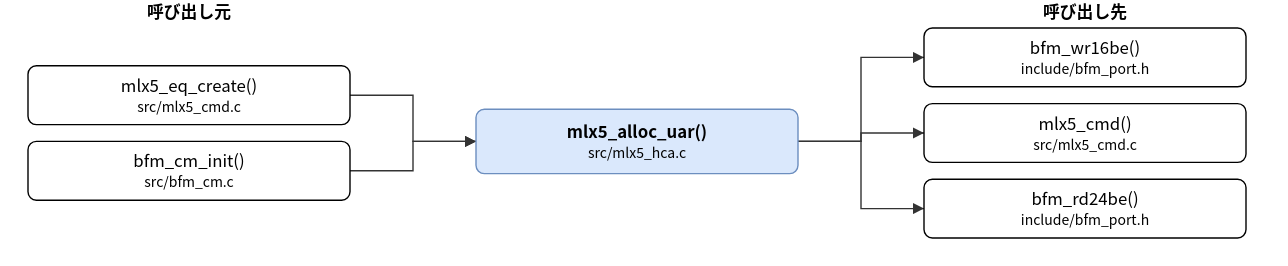
The draw.io diagram doc/spec/images/call_src_mlx5_hca-mlx5_alloc_uar.drawio.svg in hf355051012-ai/bfmem, before a commit. Source tidied: cells renumbered, new cells last; positions are measured from the earlier drawing's top-left corner, leaving out a move shared by most shapes.
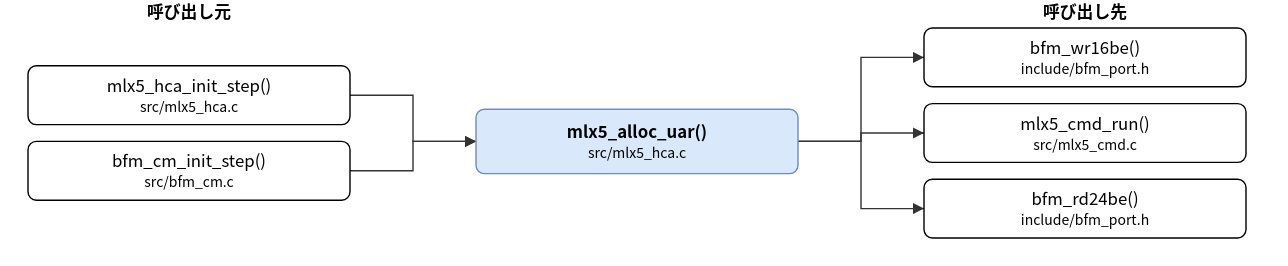
The same file after the commit.

What changed in the source:
```diff
@@ -5,16 +5,16 @@
     <mxCell id="2" value="mlx5_alloc_uar()&lt;br&gt;&lt;font style=&quot;font-size:10px&quot;&gt;src/mlx5_hca.c&lt;/font&gt;" style="rounded=1;whiteSpace=wrap;html=1;fillColor=#dae8fc;strokeColor=#6c8ebf;fontStyle=1;" parent="1" vertex="1">
       <mxGeometry x="320" y="78" width="230" height="46" as="geometry" />
     </mxCell>
-    <mxCell id="3" value="mlx5_eq_create()&lt;br&gt;&lt;font style=&quot;font-size:10px&quot;&gt;src/mlx5_cmd.c&lt;/font&gt;" style="rounded=1;whiteSpace=wrap;html=1;" parent="1" vertex="1">
+    <mxCell id="3" value="mlx5_hca_init_step()&lt;br&gt;&lt;font style=&quot;font-size:10px&quot;&gt;src/mlx5_hca.c&lt;/font&gt;" style="rounded=1;whiteSpace=wrap;html=1;" parent="1" vertex="1">
       <mxGeometry y="47" width="230" height="42" as="geometry" />
     </mxCell>
-    <mxCell id="4" value="bfm_cm_init()&lt;br&gt;&lt;font style=&quot;font-size:10px&quot;&gt;src/bfm_cm.c&lt;/font&gt;" style="rounded=1;whiteSpace=wrap;html=1;" parent="1" vertex="1">
+    <mxCell id="4" value="bfm_cm_init_step()&lt;br&gt;&lt;font style=&quot;font-size:10px&quot;&gt;src/bfm_cm.c&lt;/font&gt;" style="rounded=1;whiteSpace=wrap;html=1;" parent="1" vertex="1">
       <mxGeometry y="101" width="230" height="42" as="geometry" />
     </mxCell>
     <mxCell id="5" value="bfm_wr16be()&lt;br&gt;&lt;font style=&quot;font-size:10px&quot;&gt;include/bfm_port.h&lt;/font&gt;" style="rounded=1;whiteSpace=wrap;html=1;" parent="1" vertex="1">
       <mxGeometry x="640" y="20" width="230" height="42" as="geometry" />
     </mxCell>
-    <mxCell id="6" value="mlx5_cmd()&lt;br&gt;&lt;font style=&quot;font-size:10px&quot;&gt;src/mlx5_cmd.c&lt;/font&gt;" style="rounded=1;whiteSpace=wrap;html=1;" parent="1" vertex="1">
+    <mxCell id="6" value="mlx5_cmd_run()&lt;br&gt;&lt;font style=&quot;font-size:10px&quot;&gt;src/mlx5_cmd.c&lt;/font&gt;" style="rounded=1;whiteSpace=wrap;html=1;" parent="1" vertex="1">
       <mxGeometry x="640" y="74" width="230" height="42" as="geometry" />
     </mxCell>
     <mxCell id="7" value="bfm_rd24be()&lt;br&gt;&lt;font style=&quot;font-size:10px&quot;&gt;include/bfm_port.h&lt;/font&gt;" style="rounded=1;whiteSpace=wrap;html=1;" parent="1" vertex="1">
```
